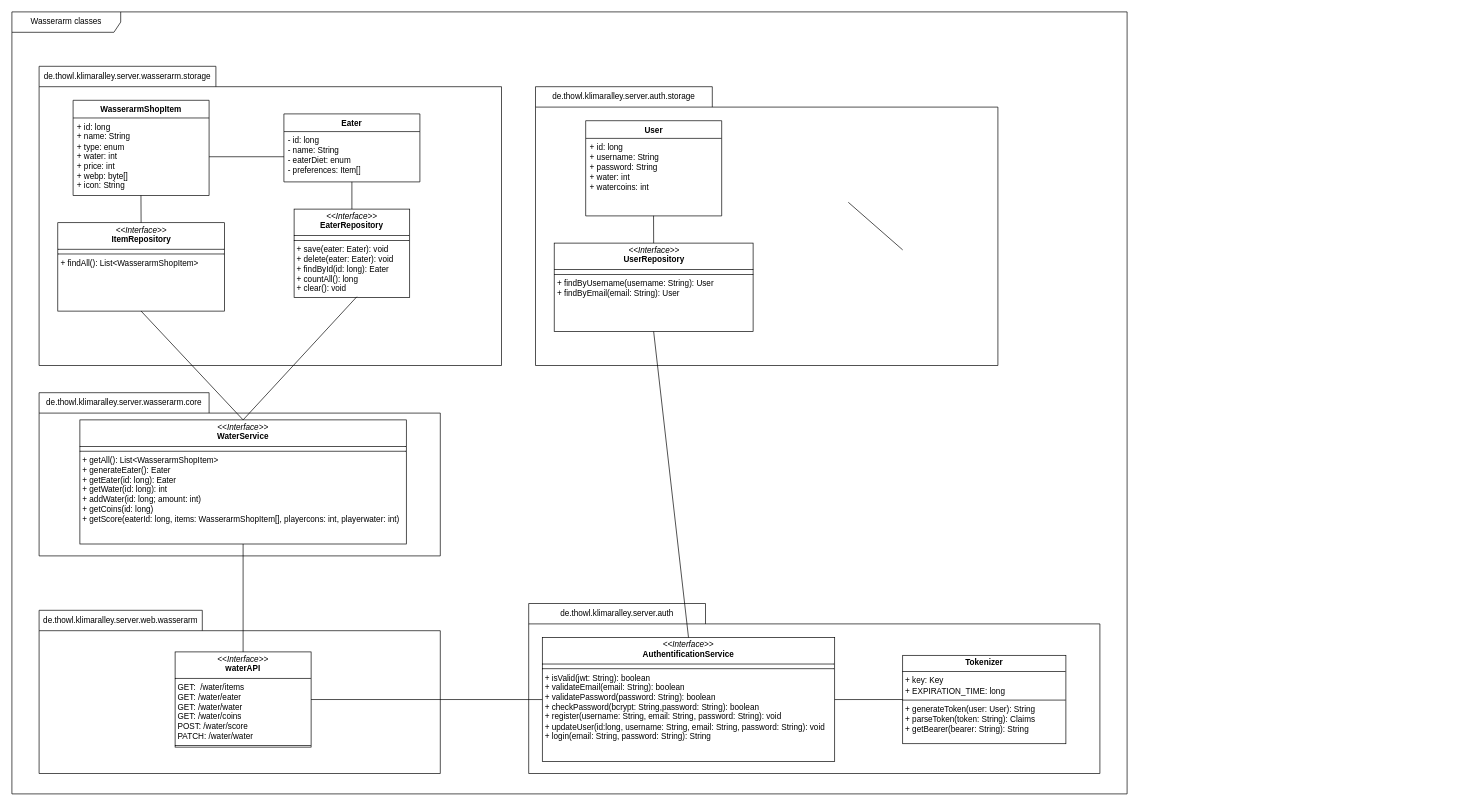
Before: doc/wassserarm/uml/src/classes.drawio in j0giwa/klimaralley, a draw.io diagram. Source tidied: cells renumbered, new cells numbered last; positions are measured from the earlier drawing's top-left corner, leaving out a move shared by most shapes. Both pictures are drawn from the tidied source at 68%, with x=0, y=0 at pixel (12, 12).
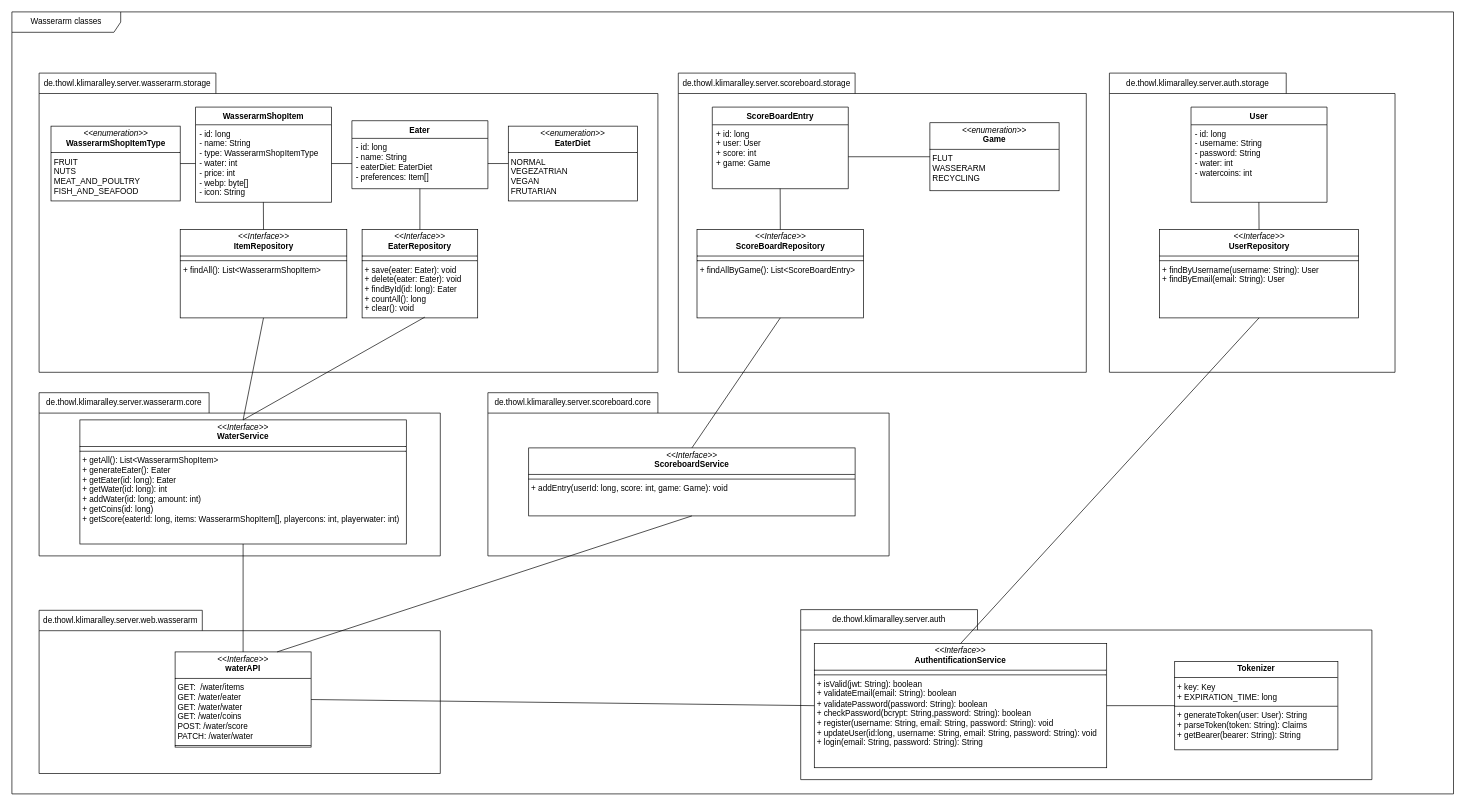
Above is the later version.

Commit message (it also covers changes not shown here):
Updated wasserarm diagramms

Unchanged cells that the change refers to:
```xml
<mxCell id="16" value="&lt;p style=&quot;margin:0px;margin-top:4px;text-align:center;&quot;&gt;&lt;i&gt;&amp;lt;&amp;lt;Interface&amp;gt;&amp;gt;&lt;/i&gt;&lt;br&gt;&lt;b&gt;waterAPI&lt;/b&gt;&lt;br&gt;&lt;/p&gt;&lt;hr size=&quot;1&quot; style=&quot;border-style:solid;&quot;&gt;&lt;p style=&quot;margin:0px;margin-left:4px;&quot;&gt;GET:&amp;nbsp; /water/items&lt;/p&gt;&lt;p style=&quot;margin:0px;margin-left:4px;&quot;&gt;GET: /water/eater&lt;/p&gt;&lt;p style=&quot;margin:0px;margin-left:4px;&quot;&gt;GET: /water/water&lt;/p&gt;&lt;p style=&quot;margin:0px;margin-left:4px;&quot;&gt;GET: /water/coins&lt;/p&gt;&lt;p style=&quot;margin:0px;margin-left:4px;&quot;&gt;POST: /water/score&lt;br&gt;&lt;/p&gt;&lt;p style=&quot;margin:0px;margin-left:4px;&quot;&gt;PATCH: /water/water&lt;br&gt;&lt;/p&gt;&lt;hr size=&quot;1&quot; style=&quot;border-style:solid;&quot;&gt;" style="verticalAlign=top;align=left;overflow=fill;html=1;whiteSpace=wrap;" parent="15" vertex="1">
  <mxGeometry x="200" y="61.2" width="200" height="140" as="geometry" />
</mxCell>
```

What changed in the source:
```diff
@@
     <mxCell id="2" value="Wasserarm classes" style="shape=umlFrame;whiteSpace=wrap;html=1;width=160;" parent="1" vertex="1">
-      <mxGeometry width="1640" height="1150" as="geometry" />
+      <mxGeometry width="2120" height="1150" as="geometry" />
     </mxCell>
     <mxCell id="3" value="&lt;span style=&quot;font-weight: 400;&quot;&gt;de.thowl.klimaralley.server.wasserarm.storage&lt;/span&gt;" style="shape=folder;fontStyle=1;tabWidth=260;tabHeight=30;tabPosition=left;html=1;boundedLbl=1;labelInHeader=1;whiteSpace=wrap;" parent="2" vertex="1">
-      <mxGeometry x="40" y="80" width="680" height="440" as="geometry" />
+      <mxGeometry x="40" y="90" width="910" height="440" as="geometry" />
     </mxCell>
     <mxCell id="4" value="&lt;div&gt;WasserarmShopItem&lt;/div&gt;&lt;div&gt;&lt;br&gt;&lt;/div&gt;" style="swimlane;fontStyle=1;align=center;verticalAlign=top;horizontal=1;startSize=26;whiteSpace=wrap;html=1;" parent="3" vertex="1">
-      <mxGeometry x="50" y="50" width="200" height="140" as="geometry" />
+      <mxGeometry x="230" y="50" width="200" height="140" as="geometry" />
     </mxCell>
-    <mxCell id="5" value="&lt;div&gt;+ id: long&lt;/div&gt;&lt;div&gt;+ name: String&lt;/div&gt;&lt;div&gt;+ type: enum&lt;/div&gt;&lt;div&gt;+ water: int&lt;br&gt;+ price: int&lt;/div&gt;&lt;div&gt;+ webp: byte[]&lt;/div&gt;&lt;div&gt;+ icon: String&lt;/div&gt;" style="text;strokeColor=none;fillColor=none;align=left;verticalAlign=top;spacingLeft=4;spacingRight=4;overflow=hidden;points=[[0,0.5],[1,0.5]];portConstraint=eastwest;whiteSpace=wrap;html=1;" parent="4" vertex="1">
-      <mxGeometry y="26" width="200" height="114" as="geometry" />
-    </mxCell>
+    <mxCell id="32" value="&lt;div&gt;- id: long&lt;/div&gt;&lt;div&gt;- name: String&lt;/div&gt;&lt;div&gt;- type:&amp;nbsp;&lt;span style=&quot;background-color: initial;&quot;&gt;WasserarmShopItemType&lt;br&gt;&lt;/span&gt;&lt;span style=&quot;background-color: initial;&quot;&gt;- water: int&lt;/span&gt;&lt;/div&gt;&lt;div&gt;- price: int&lt;/div&gt;&lt;div&gt;- webp: byte[]&lt;/div&gt;&lt;div&gt;- icon: String&lt;/div&gt;" style="text;strokeColor=none;fillColor=none;align=left;verticalAlign=top;spacingLeft=4;spacingRight=4;overflow=hidden;points=[[0,0.5],[1,0.5]];portConstraint=eastwest;whiteSpace=wrap;html=1;" parent="4" vertex="1">
+      <mxGeometry y="26" width="200" height="114" as="geometry" />
+    </mxCell>
     <mxCell id="6" value="Eater" style="swimlane;fontStyle=1;align=center;verticalAlign=top;horizontal=1;startSize=26;whiteSpace=wrap;html=1;" parent="3" vertex="1">
-      <mxGeometry x="360" y="70" width="200" height="100" as="geometry" />
+      <mxGeometry x="460" y="70" width="200" height="100" as="geometry" />
     </mxCell>
-    <mxCell id="7" value="&lt;div&gt;&lt;span style=&quot;background-color: initial;&quot;&gt;- id: long&lt;/span&gt;&lt;/div&gt;&lt;div&gt;&lt;span style=&quot;background-color: initial;&quot;&gt;- name: String&lt;/span&gt;&lt;br&gt;&lt;/div&gt;&lt;div&gt;- eaterDiet: enum&lt;/div&gt;&lt;div&gt;- preferences: Item[]&lt;/div&gt;" style="text;strokeColor=none;fillColor=none;align=left;verticalAlign=top;spacingLeft=4;spacingRight=4;overflow=hidden;points=[[0,0.5],[1,0.5]];portConstraint=eastwest;whiteSpace=wrap;html=1;" parent="6" vertex="1">
-      <mxGeometry y="26" width="200" height="74" as="geometry" />
-    </mxCell>
-    <mxCell id="8" style="endArrow=none;html=1;rounded=0;exitX=1;exitY=0.5;exitDx=0;exitDy=0;entryX=0;entryY=0.5;entryDx=0;entryDy=0;" parent="3" edge="1" source="5" target="7">
-      <mxGeometry relative="1" as="geometry" />
-    </mxCell>
+    <mxCell id="33" value="&lt;div&gt;&lt;span style=&quot;background-color: initial;&quot;&gt;- id: long&lt;/span&gt;&lt;/div&gt;&lt;div&gt;&lt;span style=&quot;background-color: initial;&quot;&gt;- name: String&lt;/span&gt;&lt;br&gt;&lt;/div&gt;&lt;div&gt;- eaterDiet: EaterDiet&lt;/div&gt;&lt;div&gt;- preferences: Item[]&lt;/div&gt;" style="text;strokeColor=none;fillColor=none;align=left;verticalAlign=top;spacingLeft=4;spacingRight=4;overflow=hidden;points=[[0,0.5],[1,0.5]];portConstraint=eastwest;whiteSpace=wrap;html=1;" parent="6" vertex="1">
+      <mxGeometry y="26" width="200" height="74" as="geometry" />
+    </mxCell>
+    <mxCell id="34" style="endArrow=none;html=1;rounded=0;exitX=1;exitY=0.5;exitDx=0;exitDy=0;entryX=0;entryY=0.5;entryDx=0;entryDy=0;" parent="3" edge="1" source="32" target="33">
+      <mxGeometry relative="1" as="geometry" />
+    </mxCell>
     <mxCell id="9" value="&lt;p style=&quot;margin:0px;margin-top:4px;text-align:center;&quot;&gt;&lt;i&gt;&amp;lt;&amp;lt;Interface&amp;gt;&amp;gt;&lt;/i&gt;&lt;br&gt;&lt;b&gt;EaterRepository&lt;/b&gt;&lt;br&gt;&lt;/p&gt;&lt;hr size=&quot;1&quot; style=&quot;border-style:solid;&quot;&gt;&lt;hr size=&quot;1&quot; style=&quot;border-style:solid;&quot;&gt;&lt;p style=&quot;margin:0px;margin-left:4px;&quot;&gt;+ save(eater: Eater): void&lt;br&gt;+ delete(eater: Eater): void&lt;br&gt;+ findById(id: long):&amp;nbsp;&lt;span style=&quot;background-color: initial;&quot;&gt;Eater&lt;/span&gt;&lt;br&gt;&lt;/p&gt;&lt;p style=&quot;margin:0px;margin-left:4px;&quot;&gt;&lt;span style=&quot;background-color: initial;&quot;&gt;+ countAll(): long&lt;br&gt;+ clear(): void&lt;/span&gt;&lt;/p&gt;" style="verticalAlign=top;align=left;overflow=fill;html=1;whiteSpace=wrap;" parent="3" vertex="1">
-      <mxGeometry x="375" y="210" width="170" height="130" as="geometry" />
+      <mxGeometry x="475" y="230" width="170" height="130" as="geometry" />
     </mxCell>
@@
     <mxCell id="11" value="&lt;p style=&quot;margin:0px;margin-top:4px;text-align:center;&quot;&gt;&lt;i&gt;&amp;lt;&amp;lt;Interface&amp;gt;&amp;gt;&lt;/i&gt;&lt;br&gt;&lt;b&gt;ItemRepository&lt;/b&gt;&lt;br&gt;&lt;/p&gt;&lt;hr size=&quot;1&quot; style=&quot;border-style:solid;&quot;&gt;&lt;hr size=&quot;1&quot; style=&quot;border-style:solid;&quot;&gt;&lt;p style=&quot;margin:0px;margin-left:4px;&quot;&gt;&lt;span style=&quot;background-color: initial;&quot;&gt;+ findAll()&lt;/span&gt;&lt;span style=&quot;background-color: initial;&quot;&gt;: List&amp;lt;WasserarmShopItem&amp;gt;&lt;/span&gt;&lt;br&gt;&lt;/p&gt;&lt;p style=&quot;margin:0px;margin-left:4px;&quot;&gt;&lt;span style=&quot;background-color: initial;&quot;&gt;&lt;br&gt;&lt;/span&gt;&lt;/p&gt;" style="verticalAlign=top;align=left;overflow=fill;html=1;whiteSpace=wrap;" parent="3" vertex="1">
-      <mxGeometry x="27.5" y="230" width="245" height="130" as="geometry" />
+      <mxGeometry x="207.5" y="230" width="245" height="130" as="geometry" />
     </mxCell>
-    <mxCell id="12" style="endArrow=none;html=1;rounded=0;exitX=0.5;exitY=0;exitDx=0;exitDy=0;entryX=0.499;entryY=0.999;entryDx=0;entryDy=0;entryPerimeter=0;" parent="3" edge="1" source="11" target="5">
-      <mxGeometry relative="1" as="geometry" />
-    </mxCell>
+    <mxCell id="35" style="endArrow=none;html=1;rounded=0;exitX=0.5;exitY=0;exitDx=0;exitDy=0;entryX=0.499;entryY=0.999;entryDx=0;entryDy=0;entryPerimeter=0;" parent="3" edge="1" source="11" target="32">
+      <mxGeometry relative="1" as="geometry" />
+    </mxCell>
+    <mxCell id="36" value="&lt;p style=&quot;margin:0px;margin-top:4px;text-align:center;&quot;&gt;&lt;i&gt;&amp;lt;&amp;lt;enumeration&amp;gt;&amp;gt;&lt;/i&gt;&lt;br&gt;&lt;b&gt;EaterDiet&lt;/b&gt;&lt;/p&gt;&lt;hr size=&quot;1&quot; style=&quot;border-style:solid;&quot;&gt;&lt;p style=&quot;margin:0px;margin-left:4px;&quot;&gt;NORMAL&lt;/p&gt;&lt;p style=&quot;margin:0px;margin-left:4px;&quot;&gt;VEGEZATRIAN&lt;br&gt;VEGAN&lt;br&gt;FRUTARIAN&lt;/p&gt;" style="verticalAlign=top;align=left;overflow=fill;html=1;whiteSpace=wrap;" parent="3" vertex="1">
+      <mxGeometry x="690" y="78" width="190" height="110" as="geometry" />
+    </mxCell>
+    <mxCell id="37" style="endArrow=none;html=1;rounded=0;exitX=1;exitY=0.5;exitDx=0;exitDy=0;entryX=0;entryY=0.5;entryDx=0;entryDy=0;" parent="3" edge="1" source="33" target="36">
+      <mxGeometry relative="1" as="geometry" />
+    </mxCell>
+    <mxCell id="38" value="&lt;p style=&quot;margin:0px;margin-top:4px;text-align:center;&quot;&gt;&lt;i&gt;&amp;lt;&amp;lt;enumeration&amp;gt;&amp;gt;&lt;/i&gt;&lt;br&gt;&lt;b&gt;WasserarmShopItemType&lt;/b&gt;&lt;/p&gt;&lt;hr size=&quot;1&quot; style=&quot;border-style:solid;&quot;&gt;&lt;p style=&quot;margin:0px;margin-left:4px;&quot;&gt;FRUIT&lt;/p&gt;&lt;p style=&quot;margin:0px;margin-left:4px;&quot;&gt;NUTS&lt;/p&gt;&lt;p style=&quot;margin:0px;margin-left:4px;&quot;&gt;MEAT_AND_POULTRY&lt;/p&gt;&lt;p style=&quot;margin:0px;margin-left:4px;&quot;&gt;FISH_AND_SEAFOOD&lt;/p&gt;" style="verticalAlign=top;align=left;overflow=fill;html=1;whiteSpace=wrap;" parent="3" vertex="1">
+      <mxGeometry x="17.5" y="78" width="190" height="110" as="geometry" />
+    </mxCell>
+    <mxCell id="39" style="endArrow=none;html=1;rounded=0;exitX=1;exitY=0.5;exitDx=0;exitDy=0;entryX=0;entryY=0.5;entryDx=0;entryDy=0;" parent="3" edge="1" source="38" target="32">
+      <mxGeometry relative="1" as="geometry" />
+    </mxCell>
@@
     <mxCell id="18" value="&lt;span style=&quot;font-weight: 400;&quot;&gt;de.thowl.klimaralley.server.auth&lt;/span&gt;" style="shape=folder;fontStyle=1;tabWidth=260;tabHeight=30;tabPosition=left;html=1;boundedLbl=1;labelInHeader=1;whiteSpace=wrap;" parent="2" vertex="1">
-      <mxGeometry x="760" y="870" width="840" height="250" as="geometry" />
+      <mxGeometry x="1160" y="879" width="840" height="250" as="geometry" />
     </mxCell>
@@
     <mxCell id="25" value="&lt;span style=&quot;font-weight: 400;&quot;&gt;de.thowl.klimaralley.server.auth.storage&lt;/span&gt;" style="shape=folder;fontStyle=1;tabWidth=260;tabHeight=30;tabPosition=left;html=1;boundedLbl=1;labelInHeader=1;whiteSpace=wrap;" parent="2" vertex="1">
-      <mxGeometry x="770" y="110" width="680" height="410" as="geometry" />
+      <mxGeometry x="1614" y="90" width="420" height="440" as="geometry" />
     </mxCell>
     <mxCell id="26" value="&lt;div&gt;User&lt;/div&gt;" style="swimlane;fontStyle=1;align=center;verticalAlign=top;horizontal=1;startSize=26;whiteSpace=wrap;html=1;" parent="25" vertex="1">
-      <mxGeometry x="73.8" y="50" width="200" height="140" as="geometry" />
+      <mxGeometry x="120" y="50" width="200" height="140" as="geometry" />
     </mxCell>
-    <mxCell id="27" value="&lt;div&gt;+ id: long&lt;/div&gt;&lt;div&gt;+ username: String&lt;/div&gt;&lt;div&gt;+ password: String&lt;/div&gt;&lt;div&gt;&lt;span style=&quot;background-color: initial;&quot;&gt;+ water: int&lt;/span&gt;&lt;br&gt;&lt;/div&gt;&lt;div&gt;+ watercoins: int&lt;/div&gt;" style="text;strokeColor=none;fillColor=none;align=left;verticalAlign=top;spacingLeft=4;spacingRight=4;overflow=hidden;points=[[0,0.5],[1,0.5]];portConstraint=eastwest;whiteSpace=wrap;html=1;" parent="26" vertex="1">
-      <mxGeometry y="26" width="200" height="114" as="geometry" />
-    </mxCell>
-    <mxCell id="28" style="endArrow=none;html=1;rounded=0;exitX=0.5;exitY=0;exitDx=0;exitDy=0;entryX=0.5;entryY=1;entryDx=0;entryDy=0;" parent="25" edge="1">
-      <mxGeometry relative="1" as="geometry">
-        <mxPoint x="540" y="240" as="sourcePoint" />
-        <mxPoint x="460" y="170" as="targetPoint" />
-      </mxGeometry>
-    </mxCell>
+    <mxCell id="40" value="&lt;div&gt;- id: long&lt;/div&gt;&lt;div&gt;- username: String&lt;/div&gt;&lt;div&gt;- password: String&lt;/div&gt;&lt;div&gt;&lt;span style=&quot;background-color: initial;&quot;&gt;- water: int&lt;/span&gt;&lt;br&gt;&lt;/div&gt;&lt;div&gt;- watercoins: int&lt;/div&gt;" style="text;strokeColor=none;fillColor=none;align=left;verticalAlign=top;spacingLeft=4;spacingRight=4;overflow=hidden;points=[[0,0.5],[1,0.5]];portConstraint=eastwest;whiteSpace=wrap;html=1;" parent="26" vertex="1">
+      <mxGeometry y="26" width="200" height="114" as="geometry" />
+    </mxCell>
     <mxCell id="29" value="&lt;p style=&quot;margin:0px;margin-top:4px;text-align:center;&quot;&gt;&lt;i&gt;&amp;lt;&amp;lt;Interface&amp;gt;&amp;gt;&lt;/i&gt;&lt;br&gt;&lt;b&gt;UserRepository&lt;/b&gt;&lt;br&gt;&lt;/p&gt;&lt;hr size=&quot;1&quot; style=&quot;border-style:solid;&quot;&gt;&lt;hr size=&quot;1&quot; style=&quot;border-style:solid;&quot;&gt;&lt;p style=&quot;margin:0px;margin-left:4px;&quot;&gt;&lt;span style=&quot;background-color: initial;&quot;&gt;+ findByUsername(username: String)&lt;/span&gt;&lt;span style=&quot;background-color: initial;&quot;&gt;: User&lt;br&gt;&lt;/span&gt;&lt;span style=&quot;background-color: initial;&quot;&gt;+ findByEmail(email: String)&lt;/span&gt;&lt;span style=&quot;background-color: initial;&quot;&gt;: User&lt;/span&gt;&lt;br&gt;&lt;/p&gt;&lt;p style=&quot;margin:0px;margin-left:4px;&quot;&gt;&lt;span style=&quot;background-color: initial;&quot;&gt;&lt;br&gt;&lt;/span&gt;&lt;/p&gt;" style="verticalAlign=top;align=left;overflow=fill;html=1;whiteSpace=wrap;" parent="25" vertex="1">
-      <mxGeometry x="27.5" y="230" width="292.5" height="130" as="geometry" />
+      <mxGeometry x="73.8" y="230" width="292.5" height="130" as="geometry" />
     </mxCell>
-    <mxCell id="30" style="endArrow=none;html=1;rounded=0;exitX=0.5;exitY=0;exitDx=0;exitDy=0;entryX=0.499;entryY=0.999;entryDx=0;entryDy=0;entryPerimeter=0;" parent="25" edge="1" source="29" target="27">
-      <mxGeometry relative="1" as="geometry" />
-    </mxCell>
+    <mxCell id="41" style="endArrow=none;html=1;rounded=0;exitX=0.5;exitY=0;exitDx=0;exitDy=0;entryX=0.499;entryY=0.999;entryDx=0;entryDy=0;entryPerimeter=0;" parent="25" edge="1" source="29" target="40">
+      <mxGeometry relative="1" as="geometry" />
+    </mxCell>
@@
+    <mxCell id="42" value="&lt;span style=&quot;font-weight: 400;&quot;&gt;de.thowl.klimaralley.server.scoreboard.storage&lt;/span&gt;" style="shape=folder;fontStyle=1;tabWidth=260;tabHeight=30;tabPosition=left;html=1;boundedLbl=1;labelInHeader=1;whiteSpace=wrap;" parent="2" vertex="1">
+      <mxGeometry x="980" y="90" width="600" height="440" as="geometry" />
+    </mxCell>
+    <mxCell id="43" value="&lt;div&gt;ScoreBoardEntry&lt;/div&gt;" style="swimlane;fontStyle=1;align=center;verticalAlign=top;horizontal=1;startSize=26;whiteSpace=wrap;html=1;" parent="42" vertex="1">
+      <mxGeometry x="50" y="50" width="200" height="120" as="geometry" />
+    </mxCell>
+    <mxCell id="44" value="&lt;div&gt;+ id: long&lt;/div&gt;&lt;div&gt;+ user: User&lt;/div&gt;&lt;div&gt;+ score: int&lt;br&gt;+ game: Game&lt;br&gt;&lt;/div&gt;" style="text;strokeColor=none;fillColor=none;align=left;verticalAlign=top;spacingLeft=4;spacingRight=4;overflow=hidden;points=[[0,0.5],[1,0.5]];portConstraint=eastwest;whiteSpace=wrap;html=1;" parent="43" vertex="1">
+      <mxGeometry y="26" width="200" height="94" as="geometry" />
+    </mxCell>
+    <mxCell id="45" value="&lt;p style=&quot;margin:0px;margin-top:4px;text-align:center;&quot;&gt;&lt;i&gt;&amp;lt;&amp;lt;Interface&amp;gt;&amp;gt;&lt;/i&gt;&lt;br&gt;&lt;b&gt;ScoreBoardRepository&lt;/b&gt;&lt;br&gt;&lt;/p&gt;&lt;hr size=&quot;1&quot; style=&quot;border-style:solid;&quot;&gt;&lt;hr size=&quot;1&quot; style=&quot;border-style:solid;&quot;&gt;&lt;p style=&quot;margin:0px;margin-left:4px;&quot;&gt;&lt;span style=&quot;background-color: initial;&quot;&gt;+ findAllByGame()&lt;/span&gt;&lt;span style=&quot;background-color: initial;&quot;&gt;: List&amp;lt;ScoreBoardEntry&amp;gt;&lt;/span&gt;&lt;br&gt;&lt;/p&gt;&lt;p style=&quot;margin:0px;margin-left:4px;&quot;&gt;&lt;span style=&quot;background-color: initial;&quot;&gt;&lt;br&gt;&lt;/span&gt;&lt;/p&gt;" style="verticalAlign=top;align=left;overflow=fill;html=1;whiteSpace=wrap;" parent="42" vertex="1">
+      <mxGeometry x="27.5" y="230" width="245" height="130" as="geometry" />
+    </mxCell>
+    <mxCell id="46" style="endArrow=none;html=1;rounded=0;exitX=0.5;exitY=0;exitDx=0;exitDy=0;entryX=0.499;entryY=0.999;entryDx=0;entryDy=0;entryPerimeter=0;" parent="42" edge="1" source="45" target="44">
+      <mxGeometry relative="1" as="geometry" />
+    </mxCell>
+    <mxCell id="47" value="&lt;p style=&quot;margin:0px;margin-top:4px;text-align:center;&quot;&gt;&lt;i&gt;&amp;lt;&amp;lt;enumeration&amp;gt;&amp;gt;&lt;/i&gt;&lt;br&gt;&lt;b&gt;Game&lt;/b&gt;&lt;/p&gt;&lt;hr size=&quot;1&quot; style=&quot;border-style:solid;&quot;&gt;&lt;p style=&quot;margin:0px;margin-left:4px;&quot;&gt;FLUT&lt;/p&gt;&lt;p style=&quot;margin:0px;margin-left:4px;&quot;&gt;WASSERARM&lt;br&gt;RECYCLING&lt;/p&gt;" style="verticalAlign=top;align=left;overflow=fill;html=1;whiteSpace=wrap;" parent="42" vertex="1">
+      <mxGeometry x="370" y="73" width="190" height="100" as="geometry" />
+    </mxCell>
+    <mxCell id="48" style="endArrow=none;html=1;rounded=0;exitX=1;exitY=0.5;exitDx=0;exitDy=0;entryX=0;entryY=0.5;entryDx=0;entryDy=0;" parent="42" edge="1" source="44" target="47">
+      <mxGeometry relative="1" as="geometry" />
+    </mxCell>
+    <mxCell id="49" value="&lt;span style=&quot;font-weight: 400;&quot;&gt;de.thowl.klimaralley.server.scoreboard.core&lt;/span&gt;" style="shape=folder;fontStyle=1;tabWidth=250;tabHeight=30;tabPosition=left;html=1;boundedLbl=1;labelInHeader=1;whiteSpace=wrap;" parent="2" vertex="1">
+      <mxGeometry x="700" y="560" width="590" height="240" as="geometry" />
+    </mxCell>
+    <mxCell id="50" value="&lt;p style=&quot;margin:0px;margin-top:4px;text-align:center;&quot;&gt;&lt;i&gt;&amp;lt;&amp;lt;Interface&amp;gt;&amp;gt;&lt;/i&gt;&lt;br&gt;&lt;b&gt;ScoreboardService&lt;/b&gt;&lt;br&gt;&lt;/p&gt;&lt;hr size=&quot;1&quot; style=&quot;border-style:solid;&quot;&gt;&lt;hr size=&quot;1&quot; style=&quot;border-style:solid;&quot;&gt;&lt;p style=&quot;margin:0px;margin-left:4px;&quot;&gt;+ addEntry(userId: long, score: int, game: Game): void&lt;/p&gt;&lt;p style=&quot;margin:0px;margin-left:4px;&quot;&gt;&lt;br&gt;&lt;/p&gt;" style="verticalAlign=top;align=left;overflow=fill;html=1;whiteSpace=wrap;" parent="49" vertex="1">
+      <mxGeometry x="60" y="81.2" width="480" height="100" as="geometry" />
+    </mxCell>
+    <mxCell id="51" style="endArrow=none;html=1;rounded=0;exitX=0.75;exitY=0;exitDx=0;exitDy=0;entryX=0.5;entryY=1;entryDx=0;entryDy=0;" parent="2" edge="1" source="16" target="50">
+      <mxGeometry relative="1" as="geometry" />
+    </mxCell>
+    <mxCell id="52" style="endArrow=none;html=1;rounded=0;exitX=0.5;exitY=0;exitDx=0;exitDy=0;entryX=0.5;entryY=1;entryDx=0;entryDy=0;" parent="2" edge="1" source="50" target="45">
+      <mxGeometry relative="1" as="geometry" />
+    </mxCell>
```
